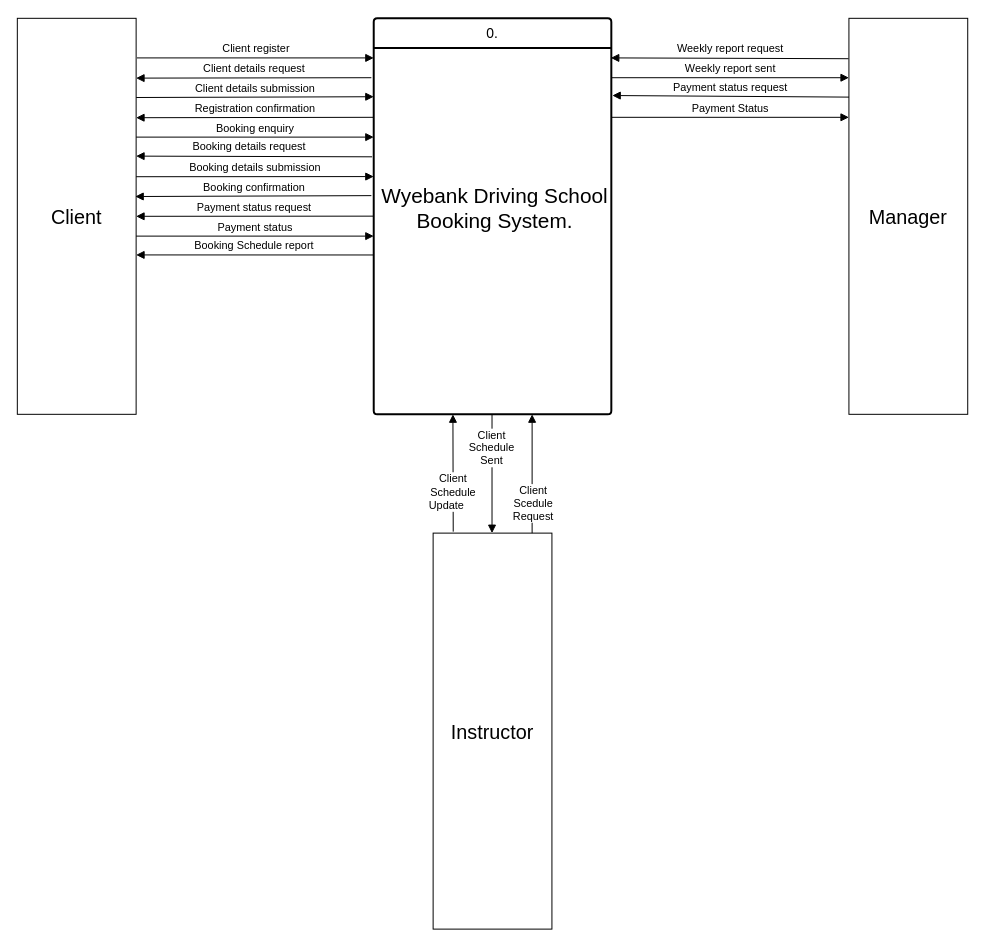
SI0209/MajorGroupProject keeps this draw.io diagram as page "Context-Level DFD" (1 of 3) of Diagrams for Project.drawio. Above is the earlier version. Source tidied: cells renumbered, new cells numbered last; positions are measured from the earlier drawing's top-left corner, leaving out a move shared by most shapes. Both pictures are drawn from the tidied source at 99%, with x=0, y=0 at pixel (17, 18).
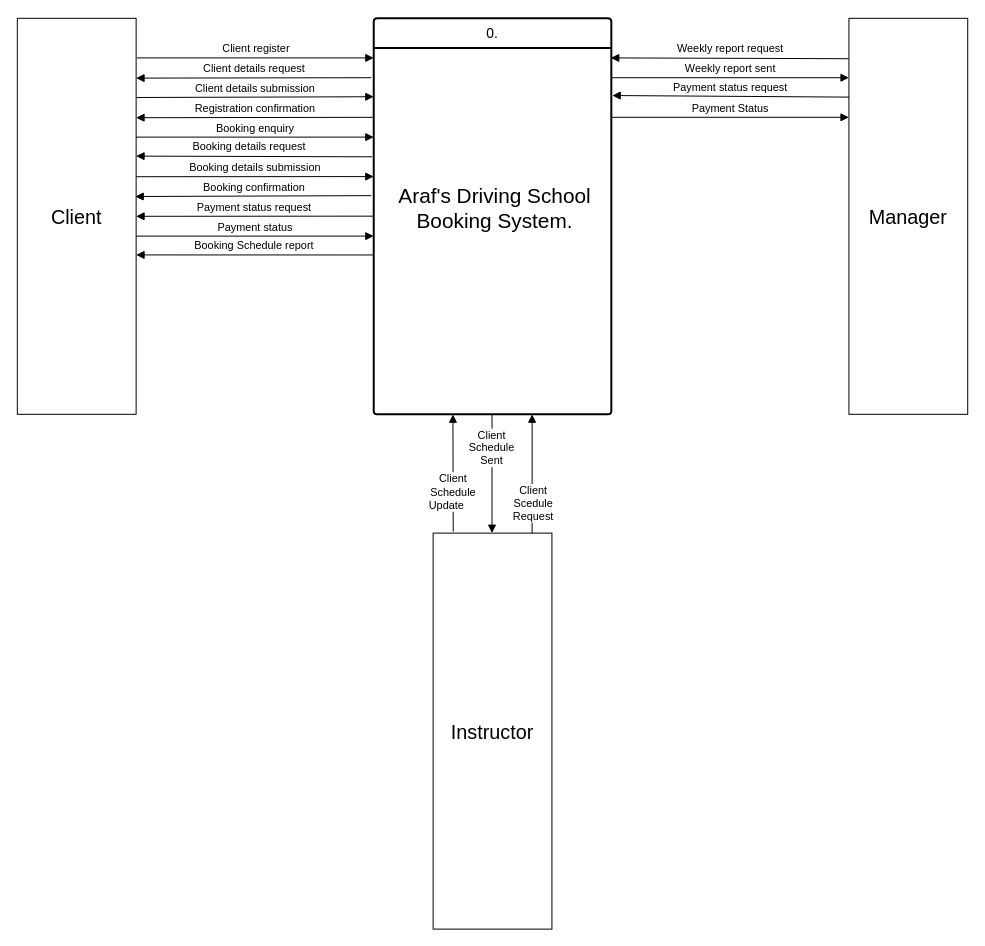
The same diagram, later.

The change refers to these unchanged cells:
```xml
<mxCell id="2" value="0." style="swimlane;horizontal=1;startSize=30;rounded=1;fontSize=14;fontStyle=0;strokeWidth=2;shadow=0;dashed=0;align=center;arcSize=4;whiteSpace=wrap;html=1;" parent="1" vertex="1">
  <mxGeometry x="360" width="240" height="400" as="geometry" />
</mxCell>
```

Diff of the diagram source:
```diff
@@
-    <mxCell id="3" value="&lt;div style=&quot;&quot;&gt;&lt;font style=&quot;font-size: 18px;&quot;&gt;&lt;br&gt;&lt;/font&gt;&lt;/div&gt;&lt;div style=&quot;&quot;&gt;&lt;font style=&quot;font-size: 18px;&quot;&gt;&lt;br&gt;&lt;/font&gt;&lt;/div&gt;&lt;div style=&quot;&quot;&gt;&lt;font style=&quot;font-size: 24px;&quot;&gt;&lt;br&gt;&lt;/font&gt;&lt;/div&gt;&lt;div style=&quot;&quot;&gt;&lt;font style=&quot;font-size: 24px;&quot;&gt;&lt;br&gt;&lt;/font&gt;&lt;/div&gt;&lt;div style=&quot;&quot;&gt;&lt;br&gt;&lt;/div&gt;&lt;div style=&quot;&quot;&gt;&lt;br&gt;&lt;/div&gt;&lt;div style=&quot;font-size: 21px;&quot;&gt;&lt;font style=&quot;font-size: 21px;&quot;&gt;&lt;span style=&quot;background-color: initial;&quot;&gt;Wyebank Driving School&lt;/span&gt;&lt;br&gt;&lt;/font&gt;&lt;/div&gt;&lt;div style=&quot;font-size: 21px;&quot;&gt;&lt;font style=&quot;font-size: 21px;&quot;&gt;Booking System.&lt;/font&gt;&lt;/div&gt;" style="align=center;strokeColor=none;fillColor=none;spacingLeft=4;fontSize=12;verticalAlign=top;html=1;" parent="2" vertex="1">
+    <mxCell id="3" value="&lt;div style=&quot;&quot;&gt;&lt;font style=&quot;font-size: 18px;&quot;&gt;&lt;br&gt;&lt;/font&gt;&lt;/div&gt;&lt;div style=&quot;&quot;&gt;&lt;font style=&quot;font-size: 18px;&quot;&gt;&lt;br&gt;&lt;/font&gt;&lt;/div&gt;&lt;div style=&quot;&quot;&gt;&lt;font style=&quot;font-size: 24px;&quot;&gt;&lt;br&gt;&lt;/font&gt;&lt;/div&gt;&lt;div style=&quot;&quot;&gt;&lt;font style=&quot;font-size: 24px;&quot;&gt;&lt;br&gt;&lt;/font&gt;&lt;/div&gt;&lt;div style=&quot;&quot;&gt;&lt;br&gt;&lt;/div&gt;&lt;div style=&quot;&quot;&gt;&lt;br&gt;&lt;/div&gt;&lt;div style=&quot;font-size: 21px;&quot;&gt;&lt;font style=&quot;font-size: 21px;&quot;&gt;&lt;span style=&quot;background-color: initial;&quot;&gt;Araf's Driving School&lt;/span&gt;&lt;br&gt;&lt;/font&gt;&lt;/div&gt;&lt;div style=&quot;font-size: 21px;&quot;&gt;&lt;font style=&quot;font-size: 21px;&quot;&gt;Booking System.&lt;/font&gt;&lt;/div&gt;" style="align=center;strokeColor=none;fillColor=none;spacingLeft=4;fontSize=12;verticalAlign=top;html=1;" parent="2" vertex="1">
       <mxGeometry y="30" width="240" height="370" as="geometry" />
     </mxCell>
```
